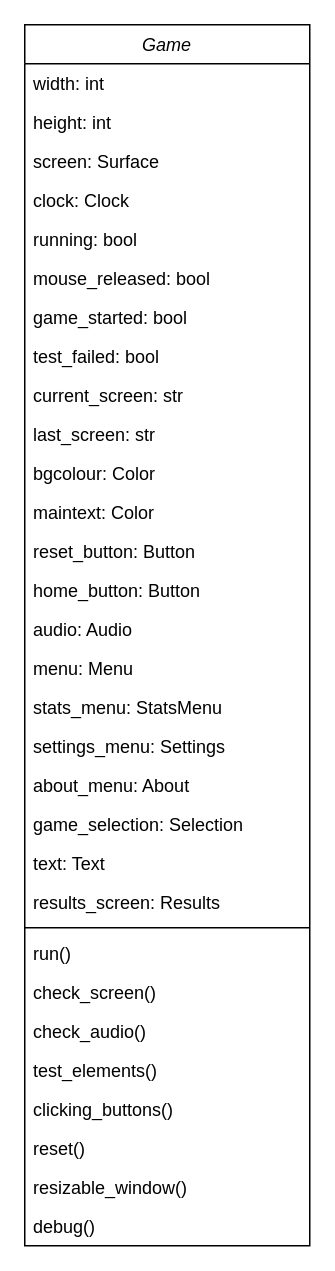
This is diagrams/classes/gameClass.drawio from Bxnetic/wahtype, a draw.io file, before an edit. Source tidied: cells renumbered, new cells numbered last; positions are measured from the earlier drawing's top-left corner, leaving out a move shared by most shapes. Both pictures are drawn from the tidied source at 150%, with x=0, y=0 at pixel (24, 24).
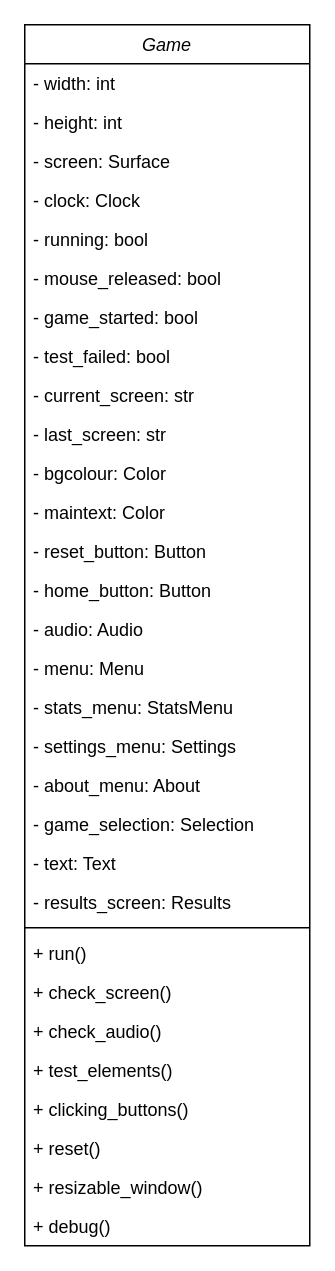
After the change.

The change refers to these unchanged cells:
```xml
<mxCell id="2" value="Game" style="swimlane;fontStyle=2;align=center;verticalAlign=top;horizontal=1;startSize=26;rounded=0;shadow=0;strokeWidth=1;" parent="1" vertex="1">
  <mxGeometry width="190" height="814" as="geometry" />
</mxCell>
```

Change to the diagram source:
```diff
@@
-    <mxCell id="3" value="width: int" style="text;align=left;verticalAlign=top;spacingLeft=4;spacingRight=4;overflow=hidden;" parent="2" vertex="1">
+    <mxCell id="3" value="- width: int" style="text;align=left;verticalAlign=top;spacingLeft=4;spacingRight=4;overflow=hidden;" parent="2" vertex="1">
       <mxGeometry y="26" width="190" height="26" as="geometry" />
     </mxCell>
-    <mxCell id="4" value="height: int" style="text;align=left;verticalAlign=top;spacingLeft=4;spacingRight=4;overflow=hidden;rounded=0;shadow=0;html=0;" parent="2" vertex="1">
+    <mxCell id="4" value="- height: int" style="text;align=left;verticalAlign=top;spacingLeft=4;spacingRight=4;overflow=hidden;rounded=0;shadow=0;html=0;" parent="2" vertex="1">
       <mxGeometry y="52" width="190" height="26" as="geometry" />
     </mxCell>
-    <mxCell id="5" value="screen: Surface" style="text;align=left;verticalAlign=top;spacingLeft=4;spacingRight=4;overflow=hidden;rounded=0;shadow=0;html=0;" parent="2" vertex="1">
+    <mxCell id="5" value="- screen: Surface" style="text;align=left;verticalAlign=top;spacingLeft=4;spacingRight=4;overflow=hidden;rounded=0;shadow=0;html=0;" parent="2" vertex="1">
       <mxGeometry y="78" width="190" height="26" as="geometry" />
     </mxCell>
-    <mxCell id="6" value="clock: Clock" style="text;align=left;verticalAlign=top;spacingLeft=4;spacingRight=4;overflow=hidden;rounded=0;shadow=0;html=0;" parent="2" vertex="1">
+    <mxCell id="6" value="- clock: Clock" style="text;align=left;verticalAlign=top;spacingLeft=4;spacingRight=4;overflow=hidden;rounded=0;shadow=0;html=0;" parent="2" vertex="1">
       <mxGeometry y="104" width="190" height="26" as="geometry" />
     </mxCell>
-    <mxCell id="7" value="running: bool" style="text;align=left;verticalAlign=top;spacingLeft=4;spacingRight=4;overflow=hidden;rounded=0;shadow=0;html=0;" parent="2" vertex="1">
+    <mxCell id="7" value="- running: bool" style="text;align=left;verticalAlign=top;spacingLeft=4;spacingRight=4;overflow=hidden;rounded=0;shadow=0;html=0;" parent="2" vertex="1">
       <mxGeometry y="130" width="190" height="26" as="geometry" />
     </mxCell>
-    <mxCell id="8" value="mouse_released: bool" style="text;align=left;verticalAlign=top;spacingLeft=4;spacingRight=4;overflow=hidden;rounded=0;shadow=0;html=0;" parent="2" vertex="1">
+    <mxCell id="8" value="- mouse_released: bool" style="text;align=left;verticalAlign=top;spacingLeft=4;spacingRight=4;overflow=hidden;rounded=0;shadow=0;html=0;" parent="2" vertex="1">
       <mxGeometry y="156" width="190" height="26" as="geometry" />
     </mxCell>
-    <mxCell id="9" value="game_started: bool" style="text;align=left;verticalAlign=top;spacingLeft=4;spacingRight=4;overflow=hidden;rounded=0;shadow=0;html=0;" parent="2" vertex="1">
+    <mxCell id="9" value="- game_started: bool" style="text;align=left;verticalAlign=top;spacingLeft=4;spacingRight=4;overflow=hidden;rounded=0;shadow=0;html=0;" parent="2" vertex="1">
       <mxGeometry y="182" width="190" height="26" as="geometry" />
     </mxCell>
-    <mxCell id="10" value="test_failed: bool" style="text;align=left;verticalAlign=top;spacingLeft=4;spacingRight=4;overflow=hidden;rounded=0;shadow=0;html=0;" parent="2" vertex="1">
+    <mxCell id="10" value="- test_failed: bool" style="text;align=left;verticalAlign=top;spacingLeft=4;spacingRight=4;overflow=hidden;rounded=0;shadow=0;html=0;" parent="2" vertex="1">
       <mxGeometry y="208" width="190" height="26" as="geometry" />
     </mxCell>
-    <mxCell id="11" value="current_screen: str" style="text;align=left;verticalAlign=top;spacingLeft=4;spacingRight=4;overflow=hidden;rounded=0;shadow=0;html=0;" parent="2" vertex="1">
+    <mxCell id="11" value="- current_screen: str" style="text;align=left;verticalAlign=top;spacingLeft=4;spacingRight=4;overflow=hidden;rounded=0;shadow=0;html=0;" parent="2" vertex="1">
       <mxGeometry y="234" width="190" height="26" as="geometry" />
     </mxCell>
-    <mxCell id="12" value="last_screen: str" style="text;align=left;verticalAlign=top;spacingLeft=4;spacingRight=4;overflow=hidden;rounded=0;shadow=0;html=0;" parent="2" vertex="1">
+    <mxCell id="12" value="- last_screen: str" style="text;align=left;verticalAlign=top;spacingLeft=4;spacingRight=4;overflow=hidden;rounded=0;shadow=0;html=0;" parent="2" vertex="1">
       <mxGeometry y="260" width="190" height="26" as="geometry" />
     </mxCell>
-    <mxCell id="13" value="bgcolour: Color" style="text;align=left;verticalAlign=top;spacingLeft=4;spacingRight=4;overflow=hidden;rounded=0;shadow=0;html=0;" parent="2" vertex="1">
+    <mxCell id="13" value="- bgcolour: Color" style="text;align=left;verticalAlign=top;spacingLeft=4;spacingRight=4;overflow=hidden;rounded=0;shadow=0;html=0;" parent="2" vertex="1">
       <mxGeometry y="286" width="190" height="26" as="geometry" />
     </mxCell>
-    <mxCell id="14" value="maintext: Color" style="text;align=left;verticalAlign=top;spacingLeft=4;spacingRight=4;overflow=hidden;rounded=0;shadow=0;html=0;" parent="2" vertex="1">
+    <mxCell id="14" value="- maintext: Color" style="text;align=left;verticalAlign=top;spacingLeft=4;spacingRight=4;overflow=hidden;rounded=0;shadow=0;html=0;" parent="2" vertex="1">
       <mxGeometry y="312" width="190" height="26" as="geometry" />
     </mxCell>
-    <mxCell id="15" value="reset_button: Button" style="text;align=left;verticalAlign=top;spacingLeft=4;spacingRight=4;overflow=hidden;rounded=0;shadow=0;html=0;" parent="2" vertex="1">
+    <mxCell id="15" value="- reset_button: Button" style="text;align=left;verticalAlign=top;spacingLeft=4;spacingRight=4;overflow=hidden;rounded=0;shadow=0;html=0;" parent="2" vertex="1">
       <mxGeometry y="338" width="190" height="26" as="geometry" />
     </mxCell>
-    <mxCell id="16" value="home_button: Button" style="text;align=left;verticalAlign=top;spacingLeft=4;spacingRight=4;overflow=hidden;rounded=0;shadow=0;html=0;" parent="2" vertex="1">
+    <mxCell id="16" value="- home_button: Button" style="text;align=left;verticalAlign=top;spacingLeft=4;spacingRight=4;overflow=hidden;rounded=0;shadow=0;html=0;" parent="2" vertex="1">
       <mxGeometry y="364" width="190" height="26" as="geometry" />
     </mxCell>
-    <mxCell id="17" value="audio: Audio" style="text;align=left;verticalAlign=top;spacingLeft=4;spacingRight=4;overflow=hidden;rounded=0;shadow=0;html=0;" parent="2" vertex="1">
+    <mxCell id="17" value="- audio: Audio" style="text;align=left;verticalAlign=top;spacingLeft=4;spacingRight=4;overflow=hidden;rounded=0;shadow=0;html=0;" parent="2" vertex="1">
       <mxGeometry y="390" width="190" height="26" as="geometry" />
     </mxCell>
-    <mxCell id="18" value="menu: Menu" style="text;align=left;verticalAlign=top;spacingLeft=4;spacingRight=4;overflow=hidden;rounded=0;shadow=0;html=0;" parent="2" vertex="1">
+    <mxCell id="18" value="- menu: Menu" style="text;align=left;verticalAlign=top;spacingLeft=4;spacingRight=4;overflow=hidden;rounded=0;shadow=0;html=0;" parent="2" vertex="1">
       <mxGeometry y="416" width="190" height="26" as="geometry" />
     </mxCell>
-    <mxCell id="19" value="stats_menu: StatsMenu" style="text;align=left;verticalAlign=top;spacingLeft=4;spacingRight=4;overflow=hidden;rounded=0;shadow=0;html=0;" parent="2" vertex="1">
+    <mxCell id="19" value="- stats_menu: StatsMenu" style="text;align=left;verticalAlign=top;spacingLeft=4;spacingRight=4;overflow=hidden;rounded=0;shadow=0;html=0;" parent="2" vertex="1">
       <mxGeometry y="442" width="190" height="26" as="geometry" />
     </mxCell>
-    <mxCell id="20" value="settings_menu: Settings" style="text;align=left;verticalAlign=top;spacingLeft=4;spacingRight=4;overflow=hidden;rounded=0;shadow=0;html=0;" parent="2" vertex="1">
+    <mxCell id="20" value="- settings_menu: Settings" style="text;align=left;verticalAlign=top;spacingLeft=4;spacingRight=4;overflow=hidden;rounded=0;shadow=0;html=0;" parent="2" vertex="1">
       <mxGeometry y="468" width="190" height="26" as="geometry" />
     </mxCell>
-    <mxCell id="21" value="about_menu: About" style="text;align=left;verticalAlign=top;spacingLeft=4;spacingRight=4;overflow=hidden;rounded=0;shadow=0;html=0;" parent="2" vertex="1">
+    <mxCell id="21" value="- about_menu: About" style="text;align=left;verticalAlign=top;spacingLeft=4;spacingRight=4;overflow=hidden;rounded=0;shadow=0;html=0;" parent="2" vertex="1">
       <mxGeometry y="494" width="190" height="26" as="geometry" />
     </mxCell>
-    <mxCell id="22" value="game_selection: Selection" style="text;align=left;verticalAlign=top;spacingLeft=4;spacingRight=4;overflow=hidden;rounded=0;shadow=0;html=0;" parent="2" vertex="1">
+    <mxCell id="22" value="- game_selection: Selection" style="text;align=left;verticalAlign=top;spacingLeft=4;spacingRight=4;overflow=hidden;rounded=0;shadow=0;html=0;" parent="2" vertex="1">
       <mxGeometry y="520" width="190" height="26" as="geometry" />
     </mxCell>
-    <mxCell id="23" value="text: Text" style="text;align=left;verticalAlign=top;spacingLeft=4;spacingRight=4;overflow=hidden;rounded=0;shadow=0;html=0;" parent="2" vertex="1">
+    <mxCell id="23" value="- text: Text" style="text;align=left;verticalAlign=top;spacingLeft=4;spacingRight=4;overflow=hidden;rounded=0;shadow=0;html=0;" parent="2" vertex="1">
       <mxGeometry y="546" width="190" height="26" as="geometry" />
     </mxCell>
-    <mxCell id="24" value="results_screen: Results" style="text;align=left;verticalAlign=top;spacingLeft=4;spacingRight=4;overflow=hidden;rounded=0;shadow=0;html=0;" parent="2" vertex="1">
+    <mxCell id="24" value="- results_screen: Results" style="text;align=left;verticalAlign=top;spacingLeft=4;spacingRight=4;overflow=hidden;rounded=0;shadow=0;html=0;" parent="2" vertex="1">
       <mxGeometry y="572" width="190" height="26" as="geometry" />
     </mxCell>
@@
-    <mxCell id="26" value="run()" style="text;align=left;verticalAlign=top;spacingLeft=4;spacingRight=4;overflow=hidden;" parent="2" vertex="1">
+    <mxCell id="26" value="+ run()" style="text;align=left;verticalAlign=top;spacingLeft=4;spacingRight=4;overflow=hidden;" parent="2" vertex="1">
       <mxGeometry y="606" width="190" height="26" as="geometry" />
     </mxCell>
-    <mxCell id="27" value="check_screen()" style="text;align=left;verticalAlign=top;spacingLeft=4;spacingRight=4;overflow=hidden;" parent="2" vertex="1">
+    <mxCell id="27" value="+ check_screen()" style="text;align=left;verticalAlign=top;spacingLeft=4;spacingRight=4;overflow=hidden;" parent="2" vertex="1">
       <mxGeometry y="632" width="190" height="26" as="geometry" />
     </mxCell>
-    <mxCell id="28" value="check_audio()" style="text;align=left;verticalAlign=top;spacingLeft=4;spacingRight=4;overflow=hidden;" parent="2" vertex="1">
+    <mxCell id="28" value="+ check_audio()" style="text;align=left;verticalAlign=top;spacingLeft=4;spacingRight=4;overflow=hidden;" parent="2" vertex="1">
       <mxGeometry y="658" width="190" height="26" as="geometry" />
     </mxCell>
-    <mxCell id="29" value="test_elements()" style="text;align=left;verticalAlign=top;spacingLeft=4;spacingRight=4;overflow=hidden;" parent="2" vertex="1">
+    <mxCell id="29" value="+ test_elements()" style="text;align=left;verticalAlign=top;spacingLeft=4;spacingRight=4;overflow=hidden;" parent="2" vertex="1">
       <mxGeometry y="684" width="190" height="26" as="geometry" />
     </mxCell>
-    <mxCell id="30" value="clicking_buttons()" style="text;align=left;verticalAlign=top;spacingLeft=4;spacingRight=4;overflow=hidden;" parent="2" vertex="1">
+    <mxCell id="30" value="+ clicking_buttons()" style="text;align=left;verticalAlign=top;spacingLeft=4;spacingRight=4;overflow=hidden;" parent="2" vertex="1">
       <mxGeometry y="710" width="190" height="26" as="geometry" />
     </mxCell>
-    <mxCell id="31" value="reset()" style="text;align=left;verticalAlign=top;spacingLeft=4;spacingRight=4;overflow=hidden;" parent="2" vertex="1">
+    <mxCell id="31" value="+ reset()" style="text;align=left;verticalAlign=top;spacingLeft=4;spacingRight=4;overflow=hidden;" parent="2" vertex="1">
       <mxGeometry y="736" width="190" height="26" as="geometry" />
     </mxCell>
-    <mxCell id="32" value="resizable_window()" style="text;align=left;verticalAlign=top;spacingLeft=4;spacingRight=4;overflow=hidden;" parent="2" vertex="1">
+    <mxCell id="32" value="+ resizable_window()" style="text;align=left;verticalAlign=top;spacingLeft=4;spacingRight=4;overflow=hidden;" parent="2" vertex="1">
       <mxGeometry y="762" width="190" height="26" as="geometry" />
     </mxCell>
-    <mxCell id="33" value="debug()" style="text;align=left;verticalAlign=top;spacingLeft=4;spacingRight=4;overflow=hidden;" parent="2" vertex="1">
+    <mxCell id="33" value="+ debug()" style="text;align=left;verticalAlign=top;spacingLeft=4;spacingRight=4;overflow=hidden;" parent="2" vertex="1">
       <mxGeometry y="788" width="190" height="26" as="geometry" />
     </mxCell>
```
